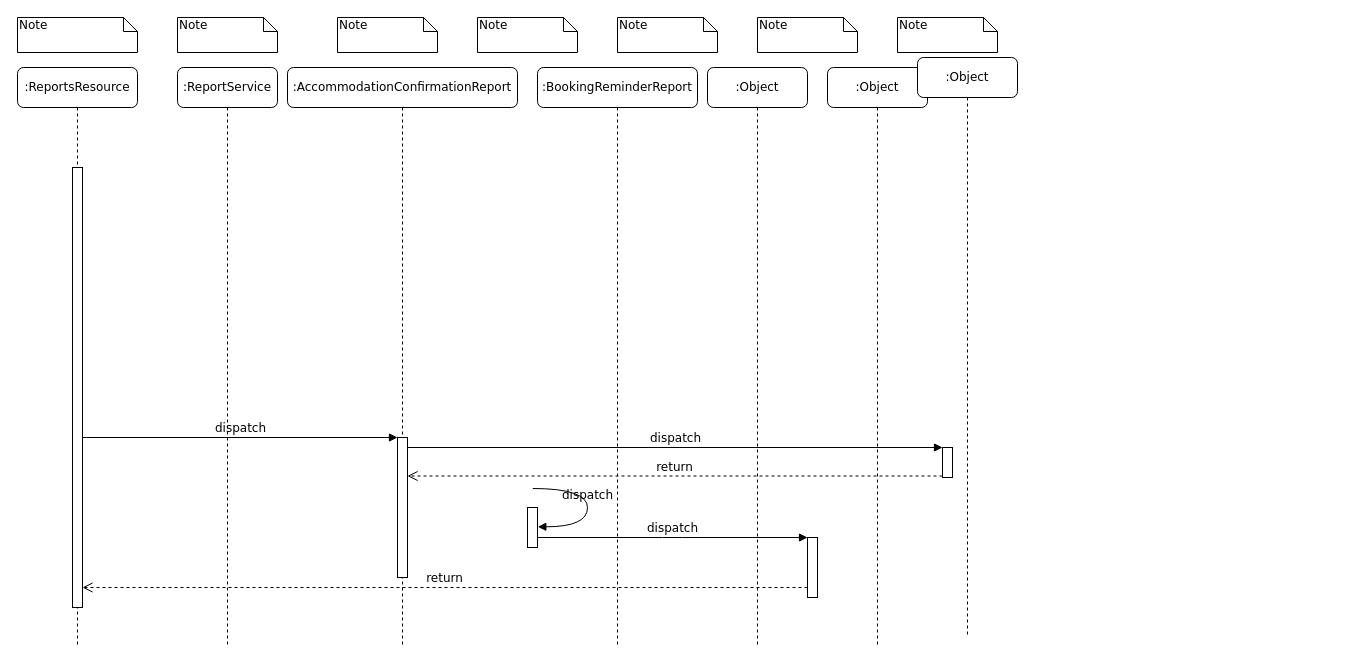
Before: Document generation sequence diagram.drawio in ambolt314/FinalProjectDesign, a draw.io diagram. Source tidied: cells renumbered, new cells numbered last; positions are measured from the earlier drawing's top-left corner, leaving out a move shared by most shapes. Both pictures are drawn from the tidied source at 100%, with x=0, y=0 at pixel (17, 17).
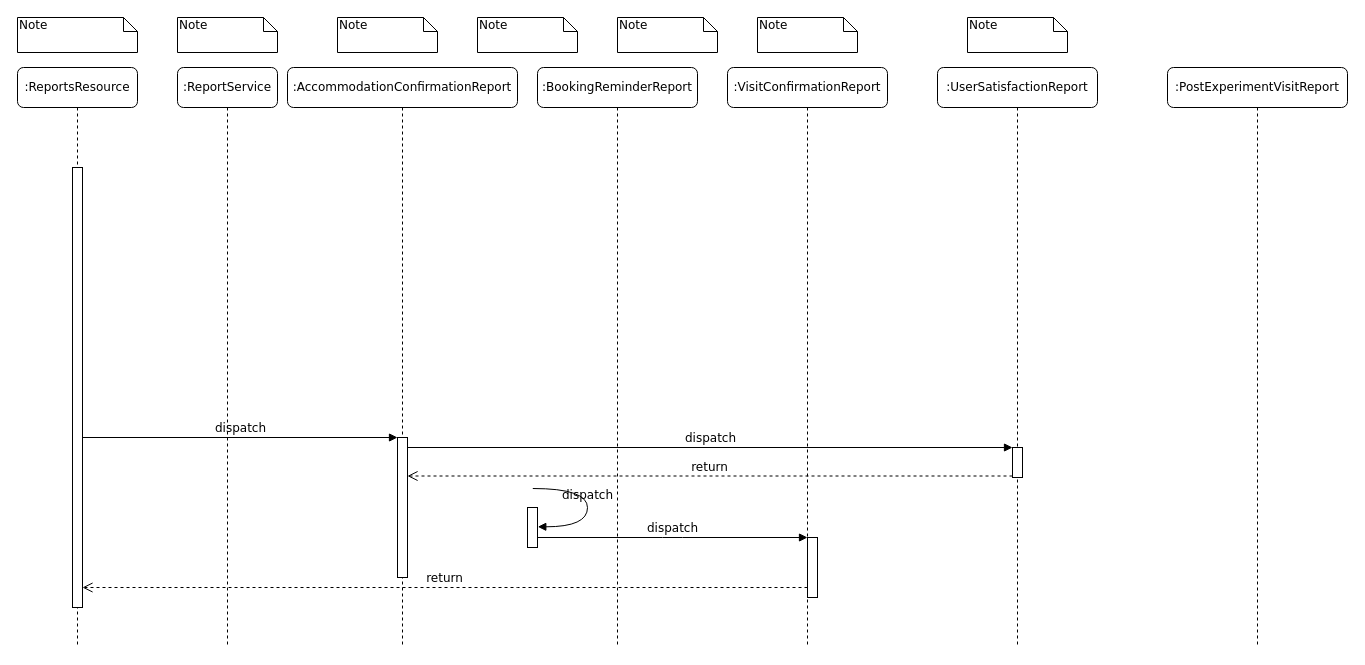
The same diagram, later.

What changed in the source:
```diff
@@
-    <mxCell id="6" value=":Object" style="shape=umlLifeline;perimeter=lifelinePerimeter;whiteSpace=wrap;html=1;rounded=1;shadow=0;comic=0;labelBackgroundColor=none;strokeWidth=1;fontFamily=Verdana;fontSize=12;align=center;" parent="1" vertex="1">
-      <mxGeometry x="690" y="50" width="100" height="580" as="geometry" />
+    <mxCell id="6" value=":VisitConfirmationReport" style="shape=umlLifeline;perimeter=lifelinePerimeter;whiteSpace=wrap;html=1;rounded=1;shadow=0;comic=0;labelBackgroundColor=none;strokeWidth=1;fontFamily=Verdana;fontSize=12;align=center;" parent="1" vertex="1">
+      <mxGeometry x="710" y="50" width="160" height="580" as="geometry" />
     </mxCell>
-    <mxCell id="7" value=":Object" style="shape=umlLifeline;perimeter=lifelinePerimeter;whiteSpace=wrap;html=1;rounded=1;shadow=0;comic=0;labelBackgroundColor=none;strokeWidth=1;fontFamily=Verdana;fontSize=12;align=center;" parent="1" vertex="1">
-      <mxGeometry x="810" y="50" width="100" height="580" as="geometry" />
+    <mxCell id="7" value=":UserSatisfactionReport" style="shape=umlLifeline;perimeter=lifelinePerimeter;whiteSpace=wrap;html=1;rounded=1;shadow=0;comic=0;labelBackgroundColor=none;strokeWidth=1;fontFamily=Verdana;fontSize=12;align=center;" parent="1" vertex="1">
+      <mxGeometry x="920" y="50" width="160" height="580" as="geometry" />
     </mxCell>
+    <mxCell id="12" style="html=1;points=[];perimeter=orthogonalPerimeter;rounded=0;shadow=0;comic=0;labelBackgroundColor=none;strokeColor=#000000;strokeWidth=1;fillColor=#FFFFFF;fontFamily=Verdana;fontSize=12;fontColor=#000000;align=center;" parent="7" vertex="1">
+      <mxGeometry x="75" y="380" width="10" height="30" as="geometry" />
+    </mxCell>
-    <mxCell id="8" value=":Object" style="shape=umlLifeline;perimeter=lifelinePerimeter;whiteSpace=wrap;html=1;rounded=1;shadow=0;comic=0;labelBackgroundColor=none;strokeWidth=1;fontFamily=Verdana;fontSize=12;align=center;" parent="1" vertex="1">
-      <mxGeometry x="900" y="40" width="100" height="580" as="geometry" />
+    <mxCell id="8" value=":PostExperimentVisitReport" style="shape=umlLifeline;perimeter=lifelinePerimeter;whiteSpace=wrap;html=1;rounded=1;shadow=0;comic=0;labelBackgroundColor=none;strokeWidth=1;fontFamily=Verdana;fontSize=12;align=center;" parent="1" vertex="1">
+      <mxGeometry x="1150" y="50" width="180" height="580" as="geometry" />
     </mxCell>
@@
-    <mxCell id="12" style="html=1;points=[];perimeter=orthogonalPerimeter;rounded=0;shadow=0;comic=0;labelBackgroundColor=none;strokeColor=#000000;strokeWidth=1;fillColor=#FFFFFF;fontFamily=Verdana;fontSize=12;fontColor=#000000;align=center;" parent="1" vertex="1">
-      <mxGeometry x="925" y="430" width="10" height="30" as="geometry" />
-    </mxCell>
@@
     <mxCell id="26" value="Note" style="shape=note;whiteSpace=wrap;html=1;size=14;verticalAlign=top;align=left;spacingTop=-6;rounded=0;shadow=0;comic=0;labelBackgroundColor=none;strokeWidth=1;fontFamily=Verdana;fontSize=12;" parent="1" vertex="1">
-      <mxGeometry x="880" width="100" height="35" as="geometry" />
+      <mxGeometry x="950" width="100" height="35" as="geometry" />
     </mxCell>
```
